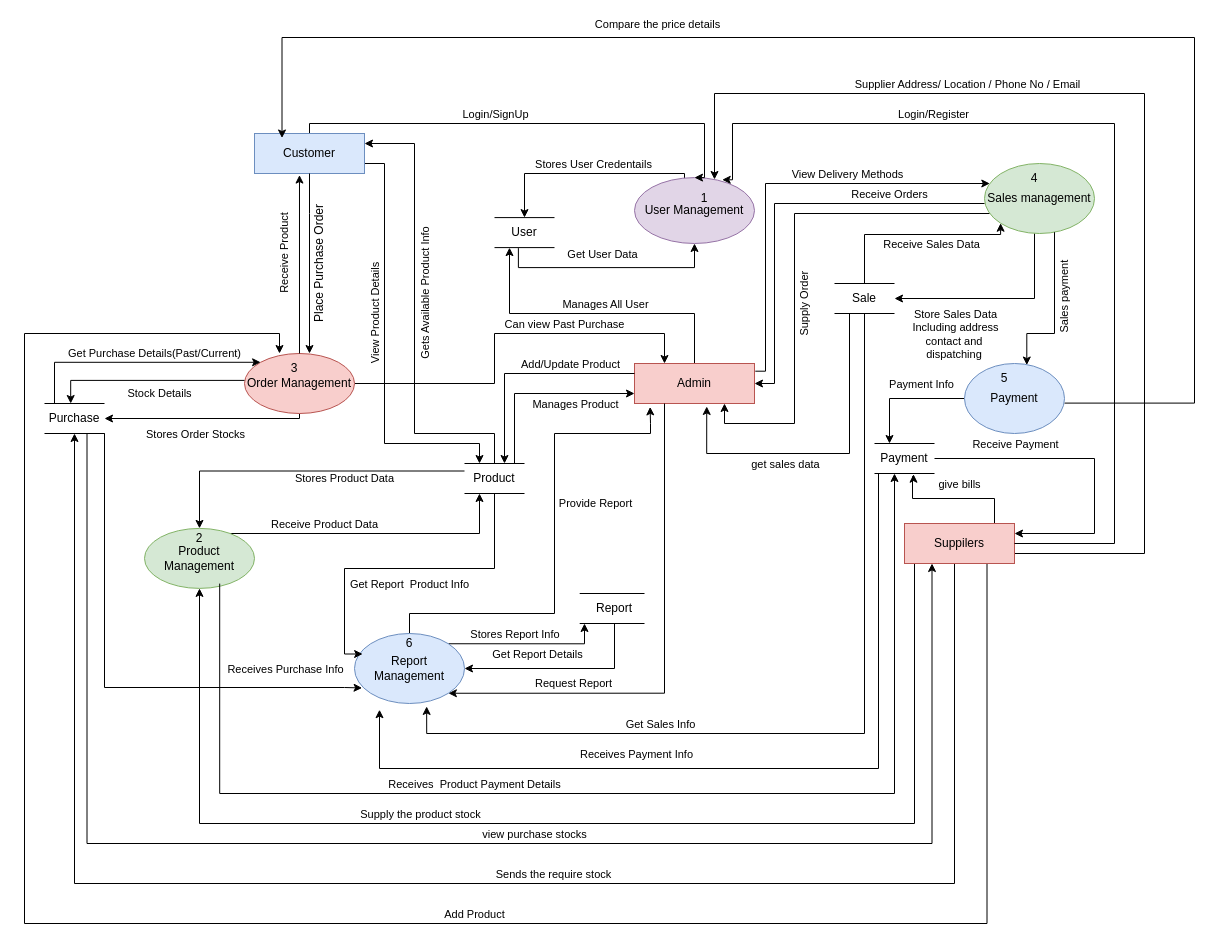
Above: hELLO.drawio in pawal-karki/DRAW.IO (draw.io), before the change. Source tidied: cells renumbered, new cells numbered last; positions are measured from the earlier drawing's top-left corner, leaving out a move shared by most shapes. Both pictures are drawn from the tidied source at 100%, with x=0, y=0 at pixel (24, 37).
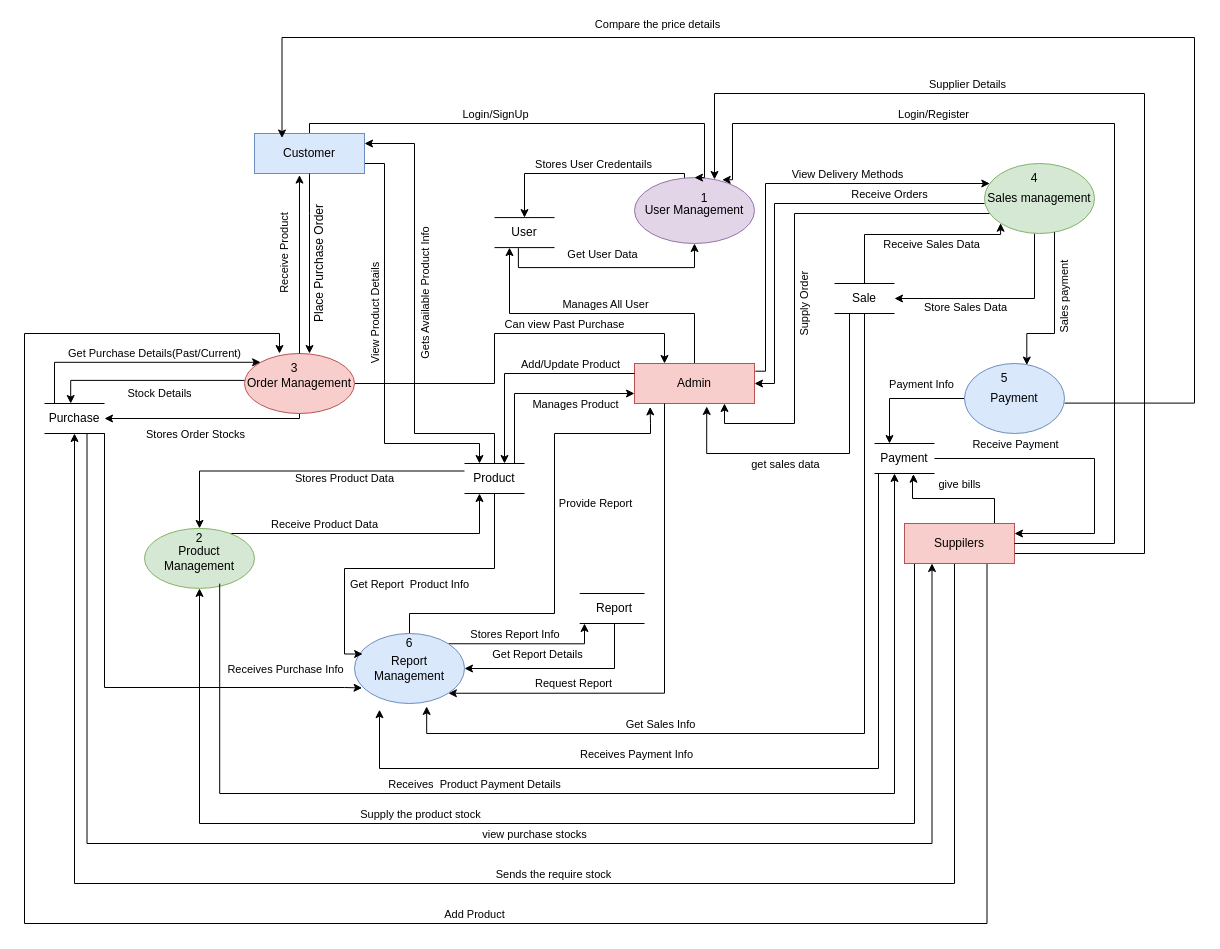
Above is the later version.

Unchanged cells that the change refers to:
```xml
<mxCell id="36" style="edgeStyle=orthogonalEdgeStyle;rounded=0;jettySize=auto;html=1;entryX=1;entryY=0.5;entryDx=0;entryDy=0;" parent="1" edge="1" source="38" target="92">
  <mxGeometry relative="1" as="geometry">
    <Array as="points">
      <mxPoint x="1010" y="261" />
    </Array>
  </mxGeometry>
</mxCell>
<mxCell id="46" style="edgeStyle=orthogonalEdgeStyle;rounded=0;jettySize=auto;html=1;" parent="1" edge="1" source="52" target="4">
  <mxGeometry relative="1" as="geometry">
    <Array as="points">
      <mxPoint x="1120" y="516" />
      <mxPoint x="1120" y="56" />
      <mxPoint x="690" y="56" />
    </Array>
  </mxGeometry>
</mxCell>
```

Change to the diagram source:
```diff
@@
-    <mxCell id="37" value="Store Sales Data&lt;div&gt;Including address&lt;/div&gt;&lt;div&gt;contact and&amp;nbsp;&lt;/div&gt;&lt;div&gt;dispatching&amp;nbsp;&lt;/div&gt;" style="edgeLabel;html=1;align=center;verticalAlign=middle;" parent="36" vertex="1">
+    <mxCell id="37" value="Store Sales Data&lt;div&gt;&lt;br&gt;&lt;/div&gt;" style="edgeLabel;html=1;align=center;verticalAlign=middle;" parent="36" vertex="1">
       <mxGeometry x="0.14" y="-1" relative="1" as="geometry">
-        <mxPoint x="-28" y="36" as="offset" />
+        <mxPoint x="-18" y="16" as="offset" />
       </mxGeometry>
     </mxCell>
@@
-    <mxCell id="47" value="Supplier Address/ Location / Phone No / Email" style="edgeLabel;html=1;align=center;verticalAlign=middle;" parent="46" vertex="1">
+    <mxCell id="47" value="Supplier Details" style="edgeLabel;html=1;align=center;verticalAlign=middle;" parent="46" vertex="1">
       <mxGeometry x="0.39" y="-2" relative="1" as="geometry">
         <mxPoint x="1" y="-8" as="offset" />
       </mxGeometry>
     </mxCell>
```
